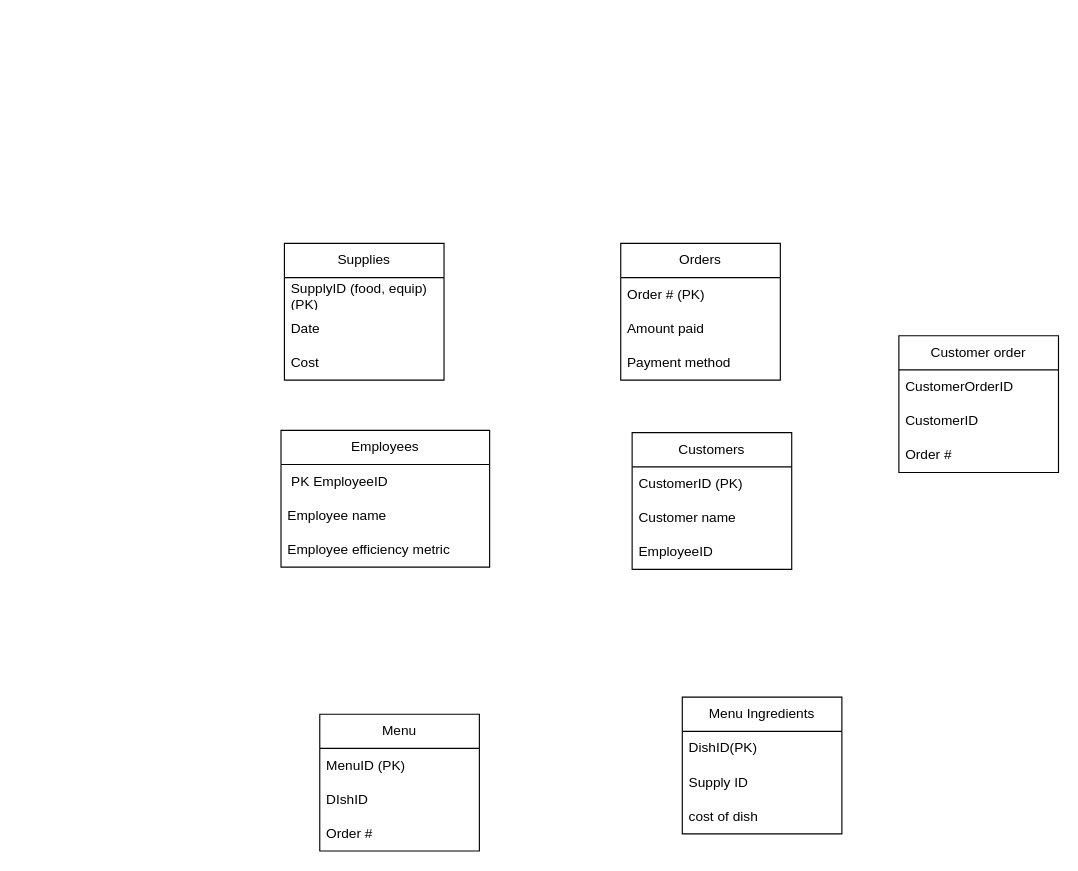
The draw.io diagram Untitled Diagram.drawio in jdridges/W2_Exercises, before the edit. Source tidied: cells renumbered, new cells numbered last; positions are measured from the earlier drawing's top-left corner, leaving out a move shared by most shapes. Both pictures are drawn from the tidied source at 114%, with x=0, y=0 at pixel (280, 243).
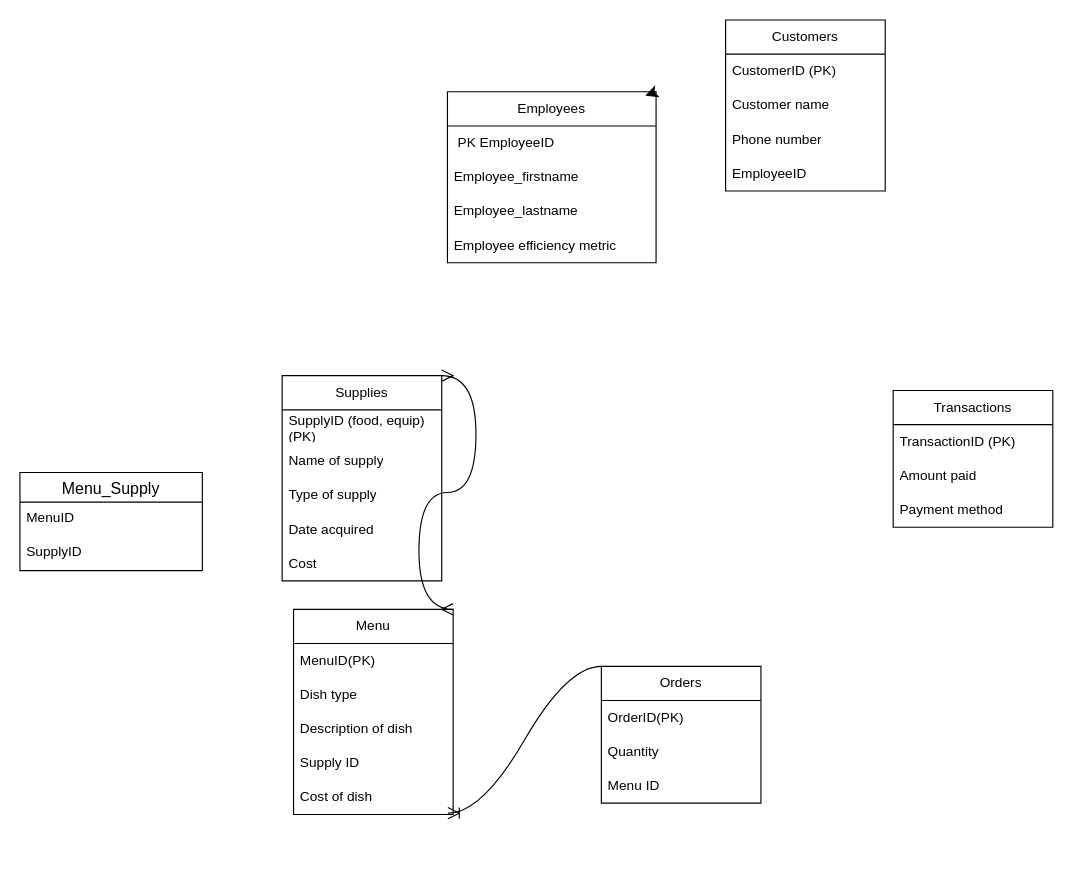
The same diagram, later.

The edit, as a diff of the source:
```diff
@@
     <mxCell id="2" value="Customers" style="swimlane;fontStyle=0;horizontal=1;startSize=30;whiteSpace=wrap;html=1;" parent="1" vertex="1">
-      <mxGeometry x="308" y="166" width="140" height="120" as="geometry" />
+      <mxGeometry x="390" y="-196" width="140" height="150" as="geometry" />
     </mxCell>
@@
+    <mxCell id="30" value="Phone number" style="text;strokeColor=none;fillColor=none;align=left;verticalAlign=middle;spacingLeft=4;spacingRight=4;overflow=hidden;whiteSpace=wrap;html=1;" parent="2" vertex="1">
+      <mxGeometry y="90" width="140" height="30" as="geometry" />
+    </mxCell>
     <mxCell id="5" value="EmployeeID" style="text;strokeColor=none;fillColor=none;align=left;verticalAlign=middle;spacingLeft=4;spacingRight=4;overflow=hidden;whiteSpace=wrap;html=1;" parent="2" vertex="1">
-      <mxGeometry y="90" width="140" height="30" as="geometry" />
+      <mxGeometry y="120" width="140" height="30" as="geometry" />
     </mxCell>
     <mxCell id="6" value="Supplies" style="swimlane;fontStyle=0;horizontal=1;startSize=30;whiteSpace=wrap;html=1;" parent="1" vertex="1">
-      <mxGeometry x="3" width="140" height="120" as="geometry" />
+      <mxGeometry x="1" y="116" width="140" height="180" as="geometry" />
     </mxCell>
@@
+    <mxCell id="31" value="Name of supply" style="text;strokeColor=none;fillColor=none;align=left;verticalAlign=middle;spacingLeft=4;spacingRight=4;overflow=hidden;whiteSpace=wrap;html=1;" parent="6" vertex="1">
+      <mxGeometry y="60" width="140" height="30" as="geometry" />
+    </mxCell>
+    <mxCell id="32" value="Type of supply" style="text;strokeColor=none;fillColor=none;align=left;verticalAlign=middle;spacingLeft=4;spacingRight=4;overflow=hidden;whiteSpace=wrap;html=1;" parent="6" vertex="1">
+      <mxGeometry y="90" width="140" height="30" as="geometry" />
+    </mxCell>
-    <mxCell id="8" value="Date" style="text;strokeColor=none;fillColor=none;align=left;verticalAlign=middle;spacingLeft=4;spacingRight=4;overflow=hidden;whiteSpace=wrap;html=1;" parent="6" vertex="1">
-      <mxGeometry y="60" width="140" height="30" as="geometry" />
+    <mxCell id="8" value="Date acquired&amp;nbsp;" style="text;strokeColor=none;fillColor=none;align=left;verticalAlign=middle;spacingLeft=4;spacingRight=4;overflow=hidden;whiteSpace=wrap;html=1;" parent="6" vertex="1">
+      <mxGeometry y="120" width="140" height="30" as="geometry" />
     </mxCell>
     <mxCell id="9" value="Cost" style="text;strokeColor=none;fillColor=none;align=left;verticalAlign=middle;spacingLeft=4;spacingRight=4;overflow=hidden;whiteSpace=wrap;html=1;" parent="6" vertex="1">
-      <mxGeometry y="90" width="140" height="30" as="geometry" />
+      <mxGeometry y="150" width="140" height="30" as="geometry" />
     </mxCell>
     <mxCell id="10" value="Employees" style="swimlane;fontStyle=0;horizontal=1;startSize=30;whiteSpace=wrap;html=1;" parent="1" vertex="1">
-      <mxGeometry y="164" width="183" height="120" as="geometry" />
+      <mxGeometry x="146" y="-133" width="183" height="150" as="geometry" />
     </mxCell>
@@
-    <mxCell id="12" value="Employee name" style="text;strokeColor=none;fillColor=none;align=left;verticalAlign=middle;spacingLeft=4;spacingRight=4;overflow=hidden;whiteSpace=wrap;html=1;" parent="10" vertex="1">
+    <mxCell id="12" value="Employee_firstname" style="text;strokeColor=none;fillColor=none;align=left;verticalAlign=middle;spacingLeft=4;spacingRight=4;overflow=hidden;whiteSpace=wrap;html=1;" parent="10" vertex="1">
       <mxGeometry y="60" width="183" height="30" as="geometry" />
     </mxCell>
+    <mxCell id="33" value="Employee_lastname" style="text;strokeColor=none;fillColor=none;align=left;verticalAlign=middle;spacingLeft=4;spacingRight=4;overflow=hidden;whiteSpace=wrap;html=1;" parent="10" vertex="1">
+      <mxGeometry y="90" width="183" height="30" as="geometry" />
+    </mxCell>
     <mxCell id="13" value="Employee efficiency metric" style="text;strokeColor=none;fillColor=none;align=left;verticalAlign=middle;spacingLeft=4;spacingRight=4;overflow=hidden;whiteSpace=wrap;html=1;" parent="10" vertex="1">
-      <mxGeometry y="90" width="183" height="30" as="geometry" />
+      <mxGeometry y="120" width="183" height="30" as="geometry" />
     </mxCell>
-    <mxCell id="14" value="Orders" style="swimlane;fontStyle=0;horizontal=1;startSize=30;whiteSpace=wrap;html=1;" parent="1" vertex="1">
-      <mxGeometry x="298" width="140" height="120" as="geometry" />
+    <mxCell id="14" value="Transactions" style="swimlane;fontStyle=0;horizontal=1;startSize=30;whiteSpace=wrap;html=1;" parent="1" vertex="1">
+      <mxGeometry x="537" y="129" width="140" height="120" as="geometry" />
     </mxCell>
-    <mxCell id="15" value="Order # (PK)" style="text;strokeColor=none;fillColor=none;align=left;verticalAlign=middle;spacingLeft=4;spacingRight=4;overflow=hidden;whiteSpace=wrap;html=1;" parent="14" vertex="1">
+    <mxCell id="15" value="TransactionID (PK)" style="text;strokeColor=none;fillColor=none;align=left;verticalAlign=middle;spacingLeft=4;spacingRight=4;overflow=hidden;whiteSpace=wrap;html=1;" parent="14" vertex="1">
       <mxGeometry y="30" width="140" height="30" as="geometry" />
     </mxCell>
@@
+    <mxCell id="34" style="edgeStyle=none;curved=1;rounded=0;orthogonalLoop=1;jettySize=auto;html=1;exitX=1;exitY=0;exitDx=0;exitDy=0;entryX=0.949;entryY=0.023;entryDx=0;entryDy=0;entryPerimeter=0;fontSize=12;startSize=8;endSize=8;" parent="1" edge="1" source="10" target="10">
+      <mxGeometry relative="1" as="geometry" />
+    </mxCell>
     <mxCell id="18" value="Menu" style="swimlane;fontStyle=0;horizontal=1;startSize=30;whiteSpace=wrap;html=1;" parent="1" vertex="1">
-      <mxGeometry x="34" y="413" width="140" height="120" as="geometry" />
+      <mxGeometry x="11" y="321" width="140" height="180" as="geometry" />
     </mxCell>
-    <mxCell id="19" value="MenuID (PK)&amp;nbsp; &amp;nbsp;" style="text;strokeColor=none;fillColor=none;align=left;verticalAlign=middle;spacingLeft=4;spacingRight=4;overflow=hidden;whiteSpace=wrap;html=1;" parent="18" vertex="1">
-      <mxGeometry y="30" width="140" height="30" as="geometry" />
-    </mxCell>
-    <mxCell id="20" value="DIshID" style="text;strokeColor=none;fillColor=none;align=left;verticalAlign=middle;spacingLeft=4;spacingRight=4;overflow=hidden;whiteSpace=wrap;html=1;" parent="18" vertex="1">
-      <mxGeometry y="60" width="140" height="30" as="geometry" />
-    </mxCell>
-    <mxCell id="21" value="Order #" style="text;strokeColor=none;fillColor=none;align=left;verticalAlign=middle;spacingLeft=4;spacingRight=4;overflow=hidden;whiteSpace=wrap;html=1;" parent="18" vertex="1">
-      <mxGeometry y="90" width="140" height="30" as="geometry" />
-    </mxCell>
-    <mxCell id="22" value="Menu Ingredients" style="swimlane;fontStyle=0;horizontal=1;startSize=30;whiteSpace=wrap;html=1;" parent="1" vertex="1">
-      <mxGeometry x="352" y="398" width="140" height="120" as="geometry" />
-    </mxCell>
-    <mxCell id="23" value="DishID(PK)" style="text;strokeColor=none;fillColor=none;align=left;verticalAlign=middle;spacingLeft=4;spacingRight=4;overflow=hidden;whiteSpace=wrap;html=1;" parent="22" vertex="1">
-      <mxGeometry y="30" width="140" height="30" as="geometry" />
-    </mxCell>
+    <mxCell id="35" value="MenuID(PK)" style="text;strokeColor=none;fillColor=none;align=left;verticalAlign=middle;spacingLeft=4;spacingRight=4;overflow=hidden;whiteSpace=wrap;html=1;" parent="18" vertex="1">
+      <mxGeometry y="30" width="140" height="30" as="geometry" />
+    </mxCell>
+    <mxCell id="36" value="Dish type" style="text;strokeColor=none;fillColor=none;align=left;verticalAlign=middle;spacingLeft=4;spacingRight=4;overflow=hidden;whiteSpace=wrap;html=1;" parent="18" vertex="1">
+      <mxGeometry y="60" width="140" height="30" as="geometry" />
+    </mxCell>
+    <mxCell id="37" style="edgeStyle=none;curved=1;rounded=0;orthogonalLoop=1;jettySize=auto;html=1;exitX=1;exitY=0.5;exitDx=0;exitDy=0;entryX=1;entryY=0.5;entryDx=0;entryDy=0;fontSize=12;startSize=8;endSize=8;" parent="18" edge="1" source="38" target="38">
+      <mxGeometry relative="1" as="geometry" />
+    </mxCell>
+    <mxCell id="38" value="Description of dish" style="text;strokeColor=none;fillColor=none;align=left;verticalAlign=middle;spacingLeft=4;spacingRight=4;overflow=hidden;points=[[0,0.5],[1,0.5]];portConstraint=eastwest;whiteSpace=wrap;html=1;" parent="18" vertex="1">
+      <mxGeometry y="90" width="140" height="30" as="geometry" />
+    </mxCell>
-    <mxCell id="24" value="Supply ID" style="text;strokeColor=none;fillColor=none;align=left;verticalAlign=middle;spacingLeft=4;spacingRight=4;overflow=hidden;whiteSpace=wrap;html=1;" parent="22" vertex="1">
-      <mxGeometry y="60" width="140" height="30" as="geometry" />
+    <mxCell id="24" value="Supply ID" style="text;strokeColor=none;fillColor=none;align=left;verticalAlign=middle;spacingLeft=4;spacingRight=4;overflow=hidden;whiteSpace=wrap;html=1;" parent="18" vertex="1">
+      <mxGeometry y="120" width="140" height="30" as="geometry" />
     </mxCell>
-    <mxCell id="25" value="cost of dish&amp;nbsp;" style="text;strokeColor=none;fillColor=none;align=left;verticalAlign=middle;spacingLeft=4;spacingRight=4;overflow=hidden;whiteSpace=wrap;html=1;" parent="22" vertex="1">
-      <mxGeometry y="90" width="140" height="30" as="geometry" />
-    </mxCell>
-    <mxCell id="26" value="Customer order" style="swimlane;fontStyle=0;horizontal=1;startSize=30;whiteSpace=wrap;html=1;" parent="1" vertex="1">
-      <mxGeometry x="542" y="81" width="140" height="120" as="geometry" />
-    </mxCell>
-    <mxCell id="27" value="CustomerOrderID" style="text;strokeColor=none;fillColor=none;align=left;verticalAlign=middle;spacingLeft=4;spacingRight=4;overflow=hidden;whiteSpace=wrap;html=1;" parent="26" vertex="1">
-      <mxGeometry y="30" width="140" height="30" as="geometry" />
-    </mxCell>
-    <mxCell id="28" value="CustomerID" style="text;strokeColor=none;fillColor=none;align=left;verticalAlign=middle;spacingLeft=4;spacingRight=4;overflow=hidden;whiteSpace=wrap;html=1;" parent="26" vertex="1">
-      <mxGeometry y="60" width="140" height="30" as="geometry" />
-    </mxCell>
-    <mxCell id="29" value="Order #" style="text;strokeColor=none;fillColor=none;align=left;verticalAlign=middle;spacingLeft=4;spacingRight=4;overflow=hidden;whiteSpace=wrap;html=1;" parent="26" vertex="1">
-      <mxGeometry y="90" width="140" height="30" as="geometry" />
-    </mxCell>
+    <mxCell id="39" value="Cost of dish&amp;nbsp;" style="text;strokeColor=none;fillColor=none;align=left;verticalAlign=middle;spacingLeft=4;spacingRight=4;overflow=hidden;points=[[0,0.5],[1,0.5]];portConstraint=eastwest;whiteSpace=wrap;html=1;" parent="18" vertex="1">
+      <mxGeometry y="150" width="140" height="30" as="geometry" />
+    </mxCell>
+    <mxCell id="40" value="Orders" style="swimlane;fontStyle=0;horizontal=1;startSize=30;whiteSpace=wrap;html=1;" parent="1" vertex="1">
+      <mxGeometry x="281" y="371" width="140" height="120" as="geometry" />
+    </mxCell>
+    <mxCell id="41" value="OrderID(PK)" style="text;strokeColor=none;fillColor=none;align=left;verticalAlign=middle;spacingLeft=4;spacingRight=4;overflow=hidden;whiteSpace=wrap;html=1;" parent="40" vertex="1">
+      <mxGeometry y="30" width="140" height="30" as="geometry" />
+    </mxCell>
+    <mxCell id="42" value="Quantity" style="text;strokeColor=none;fillColor=none;align=left;verticalAlign=middle;spacingLeft=4;spacingRight=4;overflow=hidden;whiteSpace=wrap;html=1;" parent="40" vertex="1">
+      <mxGeometry y="60" width="140" height="30" as="geometry" />
+    </mxCell>
+    <mxCell id="43" value="Menu ID" style="text;strokeColor=none;fillColor=none;align=left;verticalAlign=middle;spacingLeft=4;spacingRight=4;overflow=hidden;whiteSpace=wrap;html=1;" parent="40" vertex="1">
+      <mxGeometry y="90" width="140" height="30" as="geometry" />
+    </mxCell>
+    <mxCell id="44" value="Menu_Supply" style="swimlane;fontStyle=0;horizontal=1;startSize=26;align=center;fontSize=14;" parent="1" vertex="1">
+      <mxGeometry x="-229" y="201" width="160" height="86" as="geometry" />
+    </mxCell>
+    <mxCell id="45" value="MenuID" style="text;strokeColor=none;fillColor=none;spacingLeft=4;spacingRight=4;overflow=hidden;fontSize=12;whiteSpace=wrap;html=1;" parent="44" vertex="1">
+      <mxGeometry y="26" width="160" height="30" as="geometry" />
+    </mxCell>
+    <mxCell id="46" value="SupplyID" style="text;strokeColor=none;fillColor=none;spacingLeft=4;spacingRight=4;overflow=hidden;fontSize=12;whiteSpace=wrap;html=1;" parent="44" vertex="1">
+      <mxGeometry y="56" width="160" height="30" as="geometry" />
+    </mxCell>
+    <mxCell id="47" style="edgeStyle=entityRelationEdgeStyle;fontSize=12;html=1;endArrow=ERmany;startArrow=ERmany;rounded=0;startSize=8;endSize=8;curved=1;exitX=1;exitY=0;exitDx=0;exitDy=0;entryX=1;entryY=0;entryDx=0;entryDy=0;" parent="1" edge="1" source="6" target="18">
+      <mxGeometry relative="1" as="geometry">
+        <Array as="points">
+          <mxPoint x="254" y="195" />
+        </Array>
+      </mxGeometry>
+    </mxCell>
+    <mxCell id="48" style="edgeStyle=entityRelationEdgeStyle;fontSize=12;html=1;endArrow=ERoneToMany;rounded=0;startSize=8;endSize=8;curved=1;exitX=0;exitY=0;exitDx=0;exitDy=0;entryX=0.967;entryY=0.96;entryDx=0;entryDy=0;entryPerimeter=0;" parent="1" edge="1" source="40" target="39">
+      <mxGeometry relative="1" as="geometry" />
+    </mxCell>
```
